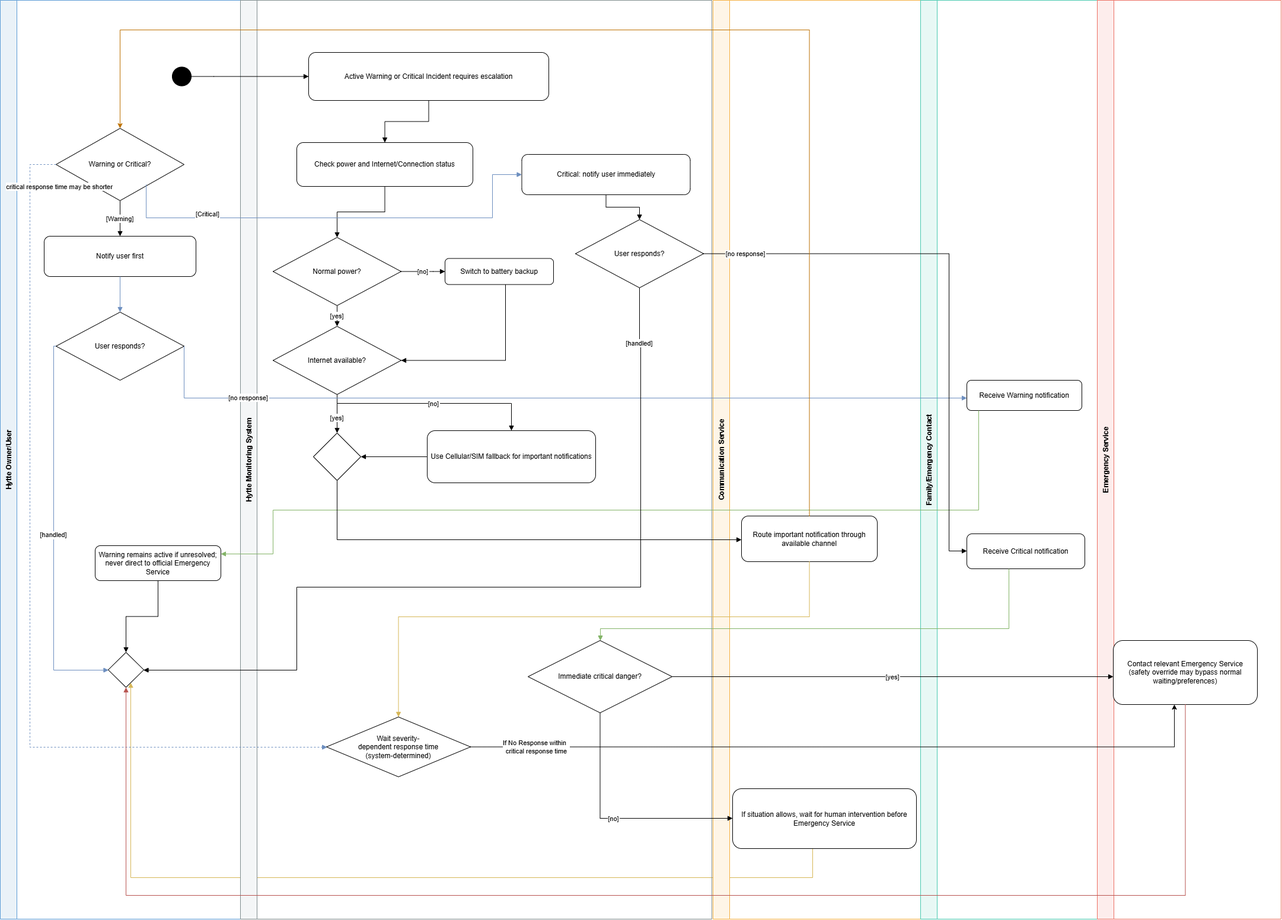
Before: model/HytteMonitoring-ActivityDiagram-2.png, a diagram exported from draw.io (hytte-monitoring/hytte-monitoring.github.io). Source tidied: cells renumbered, new cells last; positions are measured from the earlier drawing's top-left corner, leaving out a move shared by most shapes.
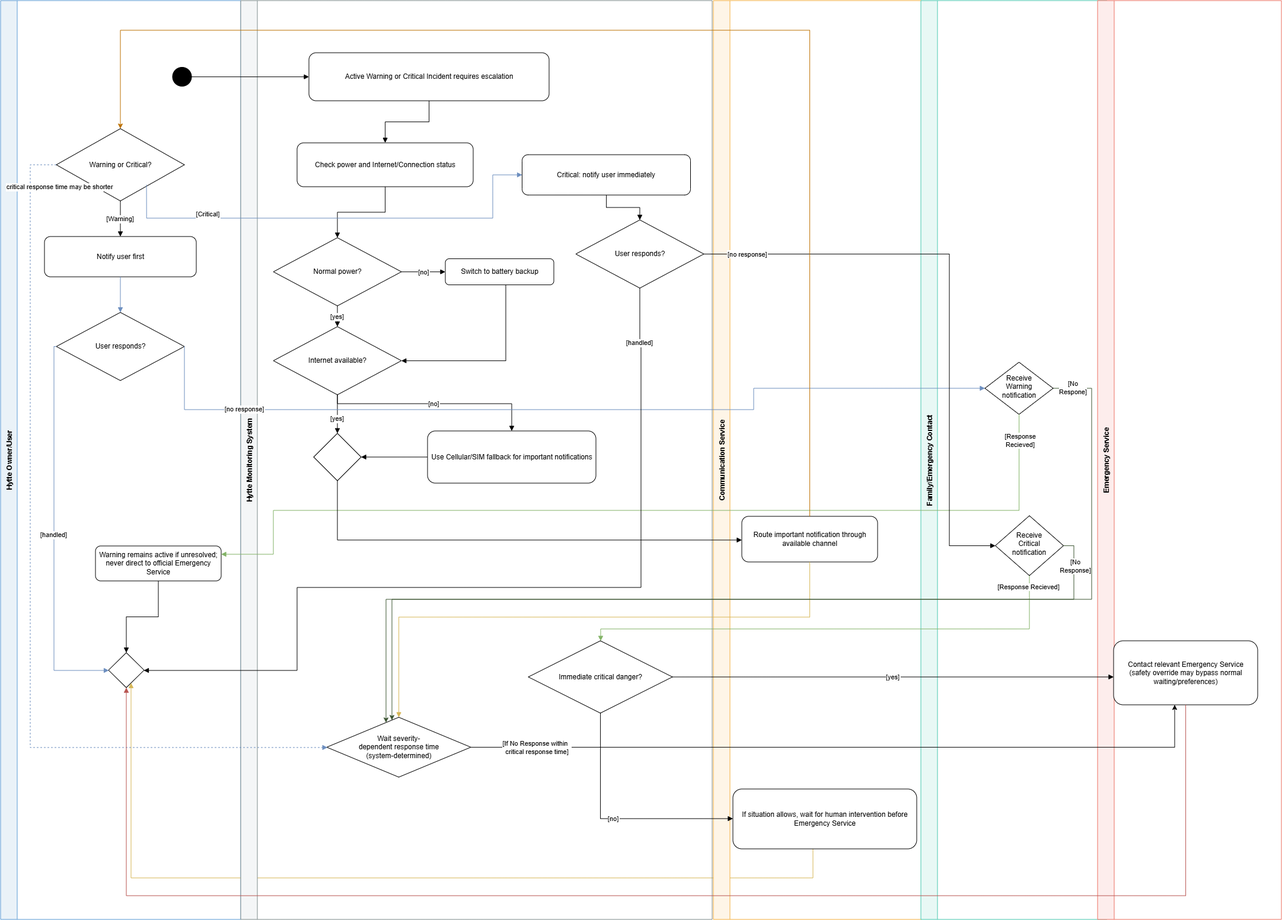
Later version of the same file.

Diff of the diagram source:
```diff
@@ -105,9 +105,12 @@
     <mxCell id="28" value="Family/Emergency Contact" style="swimlane;horizontal=0;startSize=28;fillColor=#e8f8f5;strokeColor=#48c9b0;fontStyle=1;" parent="1" vertex="1">
       <mxGeometry x="1552" width="314" height="1550" as="geometry" />
     </mxCell>
-    <mxCell id="29" value="Receive Warning notification" style="rounded=1;whiteSpace=wrap;html=1;" parent="28" vertex="1">
-      <mxGeometry x="78" y="641" width="194" height="51" as="geometry" />
+    <mxCell id="29" value="&lt;div&gt;&lt;br&gt;&lt;/div&gt;&lt;div&gt;Receive Warning notification&lt;/div&gt;" style="rhombus;whiteSpace=wrap;html=1;shapeInside=1;" parent="28" vertex="1">
+      <mxGeometry x="108" y="610" width="115" height="88" as="geometry" />
     </mxCell>
+    <mxCell id="36" value="Receive Critical notification" style="rhombus;whiteSpace=wrap;html=1;shapeInside=1;" parent="28" vertex="1">
+      <mxGeometry x="125.5" y="869" width="115" height="101" as="geometry" />
+    </mxCell>
     <mxCell id="30" value="Emergency Service" style="swimlane;horizontal=0;startSize=28;fillColor=#fdedec;strokeColor=#ec7063;fontStyle=1;" parent="1" vertex="1">
       <mxGeometry x="1850" width="310" height="1550" as="geometry" />
     </mxCell>
@@ -126,9 +129,6 @@
     <mxCell id="35" value="Warning remains active if unresolved;&lt;br&gt;never direct to official Emergency Service" style="rounded=1;whiteSpace=wrap;html=1;" parent="1" vertex="1">
       <mxGeometry x="160" y="920" width="212" height="59" as="geometry" />
     </mxCell>
-    <mxCell id="36" value="Receive Critical notification" style="rounded=1;whiteSpace=wrap;html=1;" parent="1" vertex="1">
-      <mxGeometry x="1630" y="900" width="199" height="59" as="geometry" />
-    </mxCell>
     <mxCell id="37" value="Contact relevant Emergency Service&lt;br&gt;(safety override may bypass normal waiting/preferences)" style="rounded=1;whiteSpace=wrap;html=1;" parent="1" vertex="1">
       <mxGeometry x="1877" y="1080" width="243" height="108" as="geometry" />
     </mxCell>
@@ -160,35 +160,43 @@
     <mxCell id="43" value="[no response]" style="edgeStyle=orthogonalEdgeStyle;rounded=0;jettySize=auto;endArrow=block;endFill=1;fillColor=#dae8fc;strokeColor=#6c8ebf;" parent="1" edge="1" source="34" target="29">
       <mxGeometry x="-0.72" y="1" relative="1" as="geometry">
         <Array as="points">
-          <mxPoint x="310" y="671" />
+          <mxPoint x="310" y="690" />
+          <mxPoint x="1270" y="690" />
+          <mxPoint x="1270" y="654" />
         </Array>
       </mxGeometry>
     </mxCell>
     <mxCell id="44" style="edgeStyle=orthogonalEdgeStyle;rounded=0;jettySize=auto;endArrow=block;endFill=1;fillColor=#d5e8d4;strokeColor=#82b366;" parent="1" edge="1" source="29" target="35">
       <mxGeometry relative="1" as="geometry">
         <Array as="points">
-          <mxPoint x="1650" y="860" />
+          <mxPoint x="1717.5" y="860" />
           <mxPoint x="460" y="860" />
           <mxPoint x="460" y="934" />
         </Array>
       </mxGeometry>
     </mxCell>
+    <mxCell id="59" value="[Response&lt;div&gt;Recieved]&lt;/div&gt;" style="edgeLabel;html=1;align=center;verticalAlign=middle;" parent="44" vertex="1">
+      <mxGeometry x="-0.94" y="1" relative="1" as="geometry" />
+    </mxCell>
     <mxCell id="45" value="[no response]" style="edgeStyle=orthogonalEdgeStyle;rounded=0;jettySize=auto;endArrow=block;endFill=1;" parent="1" edge="1" source="14" target="36">
       <mxGeometry x="-0.85" relative="1" as="geometry">
         <Array as="points">
-          <mxPoint x="1600" y="427" />
-          <mxPoint x="1600" y="929" />
+          <mxPoint x="1600" y="427.5" />
+          <mxPoint x="1600" y="919.5" />
         </Array>
       </mxGeometry>
     </mxCell>
     <mxCell id="46" style="edgeStyle=orthogonalEdgeStyle;rounded=0;jettySize=auto;endArrow=block;endFill=1;fillColor=#d5e8d4;strokeColor=#82b366;" parent="1" edge="1" source="36" target="16">
       <mxGeometry relative="1" as="geometry">
         <Array as="points">
-          <mxPoint x="1701" y="1060" />
+          <mxPoint x="1735" y="1060" />
           <mxPoint x="1012" y="1060" />
         </Array>
       </mxGeometry>
     </mxCell>
+    <mxCell id="60" value="[Response Recieved]" style="edgeLabel;html=1;align=center;verticalAlign=middle;" parent="46" vertex="1">
+      <mxGeometry x="-0.96" y="-3" relative="1" as="geometry" />
+    </mxCell>
     <mxCell id="47" value="[yes]" style="edgeStyle=orthogonalEdgeStyle;rounded=0;jettySize=auto;endArrow=block;endFill=1;" parent="1" edge="1" source="16" target="37">
       <mxGeometry relative="1" as="geometry">
         <Array as="points">
@@ -273,10 +281,34 @@
         </Array>
       </mxGeometry>
     </mxCell>
-    <mxCell id="58" value="If No Response within&amp;nbsp;&amp;nbsp;&lt;div&gt;critical response time&lt;/div&gt;" style="edgeLabel;html=1;align=center;verticalAlign=middle;" parent="57" vertex="1">
+    <mxCell id="58" value="[If No Response within&amp;nbsp;&amp;nbsp;&lt;div&gt;critical response time]&lt;/div&gt;" style="edgeLabel;html=1;align=center;verticalAlign=middle;" parent="57" vertex="1">
       <mxGeometry x="0.08" y="-2" relative="1" as="geometry">
         <mxPoint x="-569" y="-2" as="offset" />
       </mxGeometry>
     </mxCell>
+    <mxCell id="61" style="edgeStyle=orthogonalEdgeStyle;rounded=0;jettySize=auto;html=1;fillColor=#6d8764;strokeColor=#3A5431;" parent="1" edge="1" source="29" target="24">
+      <mxGeometry relative="1" as="geometry">
+        <Array as="points">
+          <mxPoint x="1840" y="654" />
+          <mxPoint x="1840" y="1010" />
+          <mxPoint x="660" y="1010" />
+        </Array>
+      </mxGeometry>
+    </mxCell>
+    <mxCell id="62" value="[No&lt;div&gt;Respone]&lt;/div&gt;" style="edgeLabel;html=1;align=center;verticalAlign=middle;" parent="61" vertex="1">
+      <mxGeometry x="-0.97" y="2" relative="1" as="geometry" />
+    </mxCell>
+    <mxCell id="63" style="edgeStyle=orthogonalEdgeStyle;rounded=0;jettySize=auto;html=1;fillColor=#6d8764;strokeColor=#3A5431;" parent="1" edge="1" source="36" target="24">
+      <mxGeometry relative="1" as="geometry">
+        <Array as="points">
+          <mxPoint x="1810" y="919.5" />
+          <mxPoint x="1810" y="1010" />
+          <mxPoint x="650" y="1010" />
+        </Array>
+      </mxGeometry>
+    </mxCell>
+    <mxCell id="64" value="[No&lt;div&gt;Response]&lt;/div&gt;" style="edgeLabel;html=1;align=center;verticalAlign=middle;" parent="63" vertex="1">
+      <mxGeometry x="-0.93" y="1" relative="1" as="geometry" />
+    </mxCell>
   </root>
 </mxGraphModel>
```
